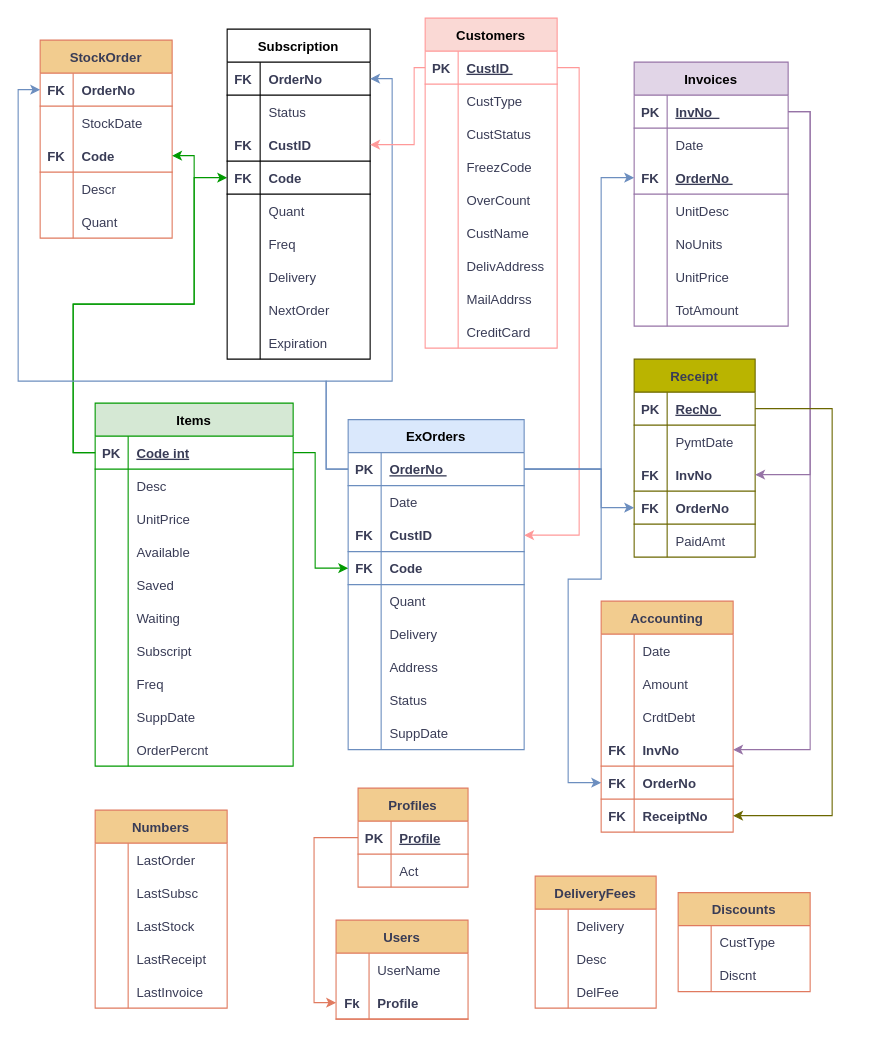
This is WarehouseSSMS.drawio from HavivBitton/HavivBitton, a draw.io file, before an edit. Source tidied: cells renumbered, new cells numbered last; positions are measured from the earlier drawing's top-left corner, leaving out a move shared by most shapes. Both pictures are drawn from the tidied source at 110%, with x=0, y=0 at pixel (18, 18).
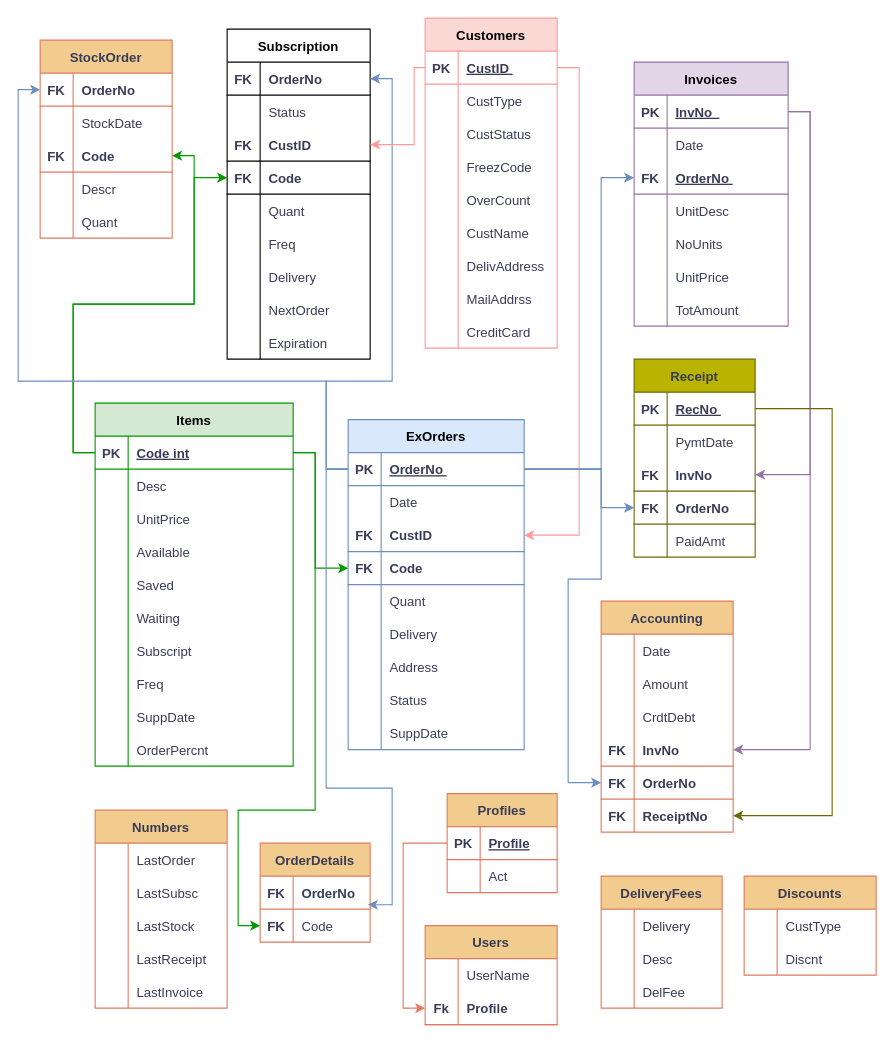
After the change.

Unchanged cells that the change refers to:
```xml
<mxCell id="3" style="shape=tableRow;horizontal=0;startSize=0;swimlaneHead=0;swimlaneBody=0;fillColor=none;points=[[0,0.5],[1,0.5]];portConstraint=eastwest;strokeColor=#009900;top=0;left=0;right=0;bottom=1;labelBackgroundColor=none;fontColor=#393C56;" parent="2" vertex="1">
  <mxGeometry y="30" width="180" height="30" as="geometry" />
</mxCell>
<mxCell id="210" style="shape=tableRow;horizontal=0;startSize=0;swimlaneHead=0;swimlaneBody=0;fillColor=none;points=[[0,0.5],[1,0.5]];portConstraint=eastwest;strokeColor=#6C8EBF;top=0;left=0;right=0;bottom=1;labelBackgroundColor=none;fontColor=#393C56;" parent="209" vertex="1">
  <mxGeometry y="30" width="160" height="30" as="geometry" />
</mxCell>
```

The edit, as a diff of the source:
```diff
@@
     <mxCell id="162" value="DeliveryFees" style="shape=table;startSize=30;childLayout=tableLayout;rowLines=0;fontStyle=1;align=center;labelBackgroundColor=none;fillColor=#F2CC8F;strokeColor=#E07A5F;fontColor=#393C56;" parent="1" vertex="1">
-      <mxGeometry x="470" y="780" width="110" height="120" as="geometry" />
+      <mxGeometry x="530" y="780" width="110" height="120" as="geometry" />
     </mxCell>
@@
     <mxCell id="172" value="Discounts" style="shape=table;startSize=30;childLayout=tableLayout;rowLines=0;fontStyle=1;align=center;labelBackgroundColor=none;fillColor=#F2CC8F;strokeColor=#E07A5F;fontColor=#393C56;" parent="1" vertex="1">
-      <mxGeometry x="600" y="795" width="120" height="90" as="geometry" />
+      <mxGeometry x="660" y="780" width="120" height="90" as="geometry" />
     </mxCell>
@@
     <mxCell id="195" value="Profiles" style="shape=table;startSize=30;childLayout=tableLayout;rowLines=0;fontStyle=1;align=center;labelBackgroundColor=none;fillColor=#F2CC8F;strokeColor=#E07A5F;fontColor=#393C56;" parent="1" vertex="1">
-      <mxGeometry x="309" y="700" width="100" height="90" as="geometry" />
+      <mxGeometry x="390" y="705" width="100" height="90" as="geometry" />
     </mxCell>
@@
     <mxCell id="202" value="Users" style="shape=table;startSize=30;childLayout=tableLayout;rowLines=0;fontStyle=1;align=center;labelBackgroundColor=none;fillColor=#F2CC8F;strokeColor=#E07A5F;fontColor=#393C56;" parent="1" vertex="1">
-      <mxGeometry x="289" y="820" width="120" height="90" as="geometry" />
+      <mxGeometry x="370" y="825" width="120" height="90" as="geometry" />
     </mxCell>
@@
+    <mxCell id="251" value="OrderDetails" style="shape=table;startSize=30;childLayout=tableLayout;rowLines=0;fontStyle=1;align=center;labelBackgroundColor=none;fillColor=#F2CC8F;strokeColor=#E07A5F;fontColor=#393C56;" parent="1" vertex="1">
+      <mxGeometry x="220" y="750" width="100" height="90" as="geometry" />
+    </mxCell>
+    <mxCell id="252" style="shape=tableRow;horizontal=0;startSize=0;swimlaneHead=0;swimlaneBody=0;fillColor=none;points=[[0,0.5],[1,0.5]];portConstraint=eastwest;strokeColor=#E07A5F;top=0;left=0;right=0;bottom=1;labelBackgroundColor=none;fontColor=#393C56;" parent="251" vertex="1">
+      <mxGeometry y="30" width="100" height="30" as="geometry" />
+    </mxCell>
+    <mxCell id="253" value="FK" style="shape=partialRectangle;overflow=hidden;fillColor=none;strokeColor=#E07A5F;top=0;left=0;bottom=0;right=0;fontStyle=1;labelBackgroundColor=none;fontColor=#393C56;" parent="252" vertex="1">
+      <mxGeometry width="30" height="30" as="geometry" />
+    </mxCell>
+    <mxCell id="254" value="OrderNo" style="shape=partialRectangle;overflow=hidden;fillColor=none;align=left;strokeColor=#E07A5F;top=0;left=0;bottom=0;right=0;spacingLeft=6;fontStyle=1;labelBackgroundColor=none;fontColor=#393C56;" parent="252" vertex="1">
+      <mxGeometry x="30" width="70" height="30" as="geometry" />
+    </mxCell>
+    <mxCell id="255" style="shape=tableRow;horizontal=0;startSize=0;swimlaneHead=0;swimlaneBody=0;fillColor=none;points=[[0,0.5],[1,0.5]];portConstraint=eastwest;strokeColor=#E07A5F;top=0;left=0;right=0;bottom=0;labelBackgroundColor=none;fontColor=#393C56;" parent="251" vertex="1">
+      <mxGeometry y="60" width="100" height="30" as="geometry" />
+    </mxCell>
+    <mxCell id="256" value="FK" style="shape=partialRectangle;overflow=hidden;fillColor=none;strokeColor=#E07A5F;top=0;left=0;bottom=0;right=0;labelBackgroundColor=none;fontColor=#393C56;fontStyle=1;" parent="255" vertex="1">
+      <mxGeometry width="30" height="30" as="geometry" />
+    </mxCell>
+    <mxCell id="257" value="Code" style="shape=partialRectangle;overflow=hidden;fillColor=none;align=left;strokeColor=#E07A5F;top=0;left=0;bottom=0;right=0;spacingLeft=6;labelBackgroundColor=none;fontColor=#393C56;" parent="255" vertex="1">
+      <mxGeometry x="30" width="70" height="30" as="geometry" />
+    </mxCell>
+    <mxCell id="258" style="edgeStyle=orthogonalEdgeStyle;rounded=0;jettySize=auto;html=1;exitX=0;exitY=0.5;exitDx=0;exitDy=0;entryX=0.98;entryY=0.867;entryDx=0;entryDy=0;entryPerimeter=0;strokeColor=#6C8EBF;" parent="1" edge="1" source="210" target="252">
+      <mxGeometry relative="1" as="geometry">
+        <Array as="points">
+          <mxPoint x="280" y="410" />
+          <mxPoint x="280" y="700" />
+          <mxPoint x="340" y="700" />
+          <mxPoint x="340" y="806" />
+        </Array>
+      </mxGeometry>
+    </mxCell>
+    <mxCell id="259" style="edgeStyle=orthogonalEdgeStyle;rounded=0;jettySize=auto;html=1;exitX=1;exitY=0.5;exitDx=0;exitDy=0;entryX=0;entryY=0.5;entryDx=0;entryDy=0;strokeColor=#009900;" parent="1" edge="1" source="3" target="255">
+      <mxGeometry relative="1" as="geometry">
+        <Array as="points">
+          <mxPoint x="270" y="395" />
+          <mxPoint x="270" y="720" />
+          <mxPoint x="200" y="720" />
+          <mxPoint x="200" y="825" />
+        </Array>
+      </mxGeometry>
+    </mxCell>
```
